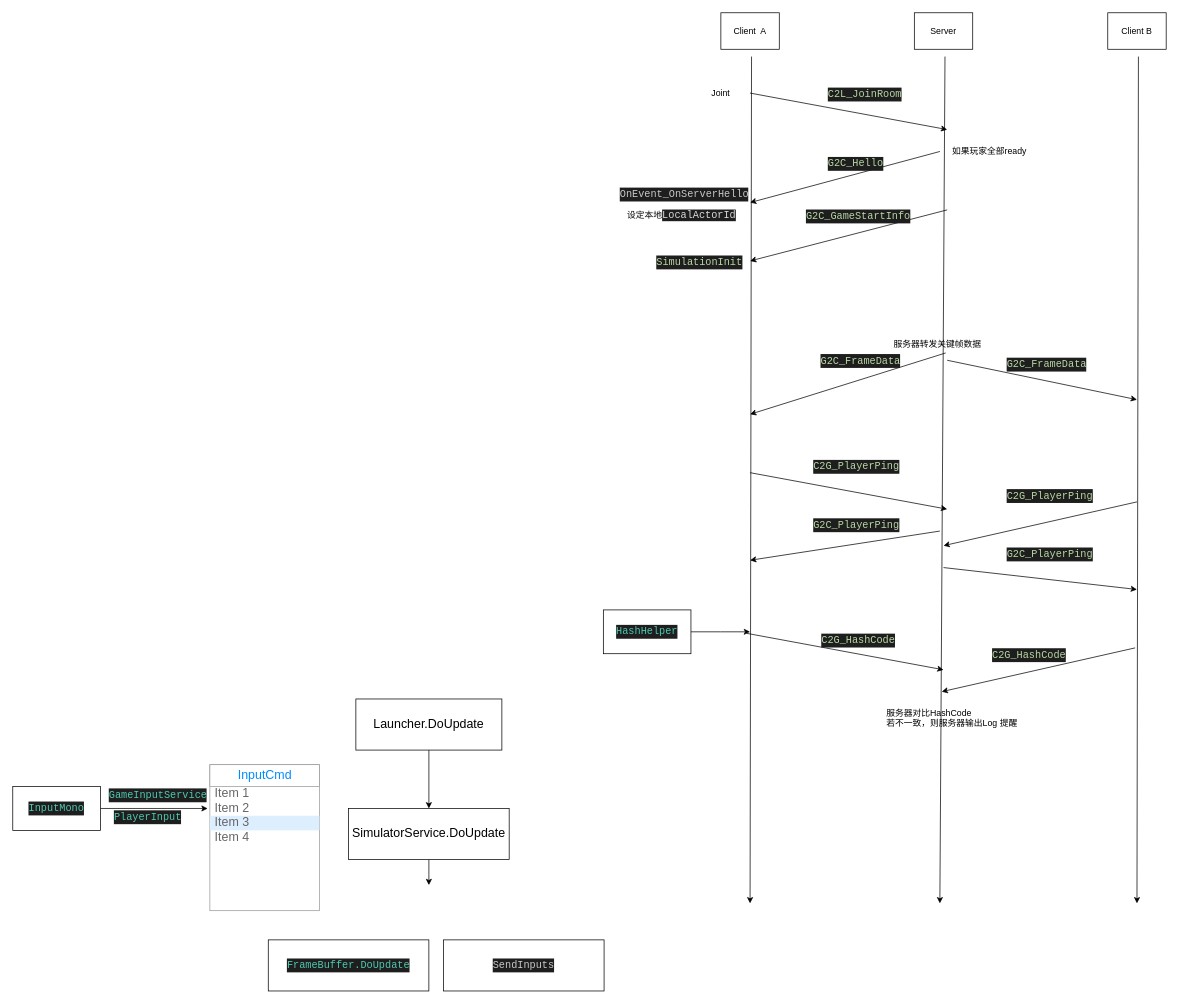
Above: Unity/Doc/LockstepPipeline.drawio in BUGyyc/LSGameCore (draw.io), before the change. Source tidied: cells renumbered, new cells numbered last; positions are measured from the earlier drawing's top-left corner, leaving out a move shared by most shapes. Both pictures are drawn from the tidied source at 73%, with x=0, y=0 at pixel (12, 12).
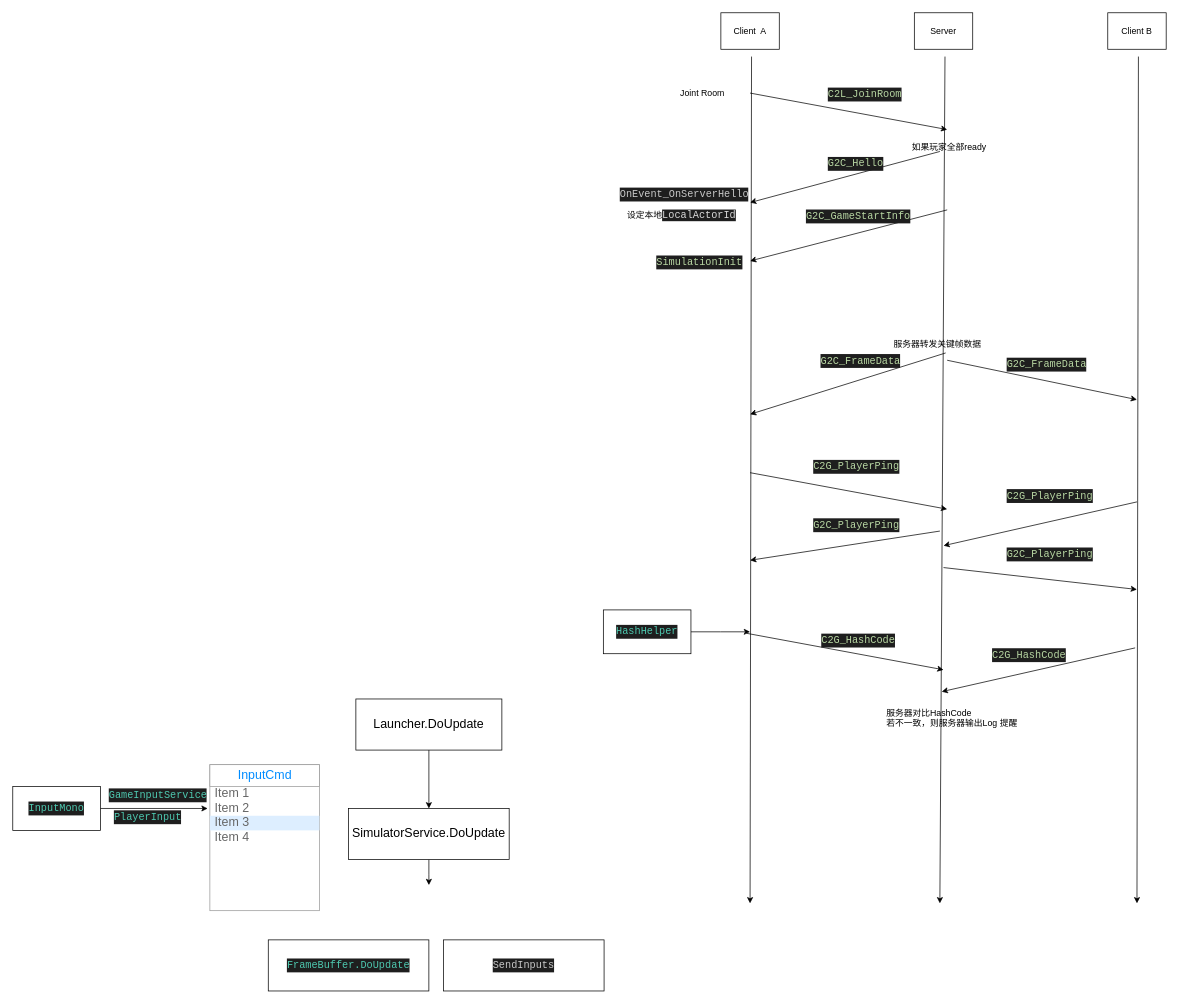
After the change.

The edit, as a diff of the source:
```diff
@@
-    <mxCell id="6" value="Joint" style="text;html=1;strokeColor=none;fillColor=none;align=center;verticalAlign=middle;whiteSpace=wrap;rounded=0;" parent="1" vertex="1">
-      <mxGeometry x="950" y="100" width="40" height="20" as="geometry" />
+    <mxCell id="6" value="Joint Room" style="text;html=1;strokeColor=none;fillColor=none;align=center;verticalAlign=middle;whiteSpace=wrap;rounded=0;" parent="1" vertex="1">
+      <mxGeometry x="900" y="100" width="90" height="20" as="geometry" />
     </mxCell>
@@
     <mxCell id="10" value="如果玩家全部ready" style="text;html=1;align=left;verticalAlign=top;spacingTop=-4;" parent="1" vertex="1">
-      <mxGeometry x="1285" y="180" width="120" height="20" as="geometry" />
+      <mxGeometry x="1230" y="175" width="120" height="20" as="geometry" />
     </mxCell>
```
